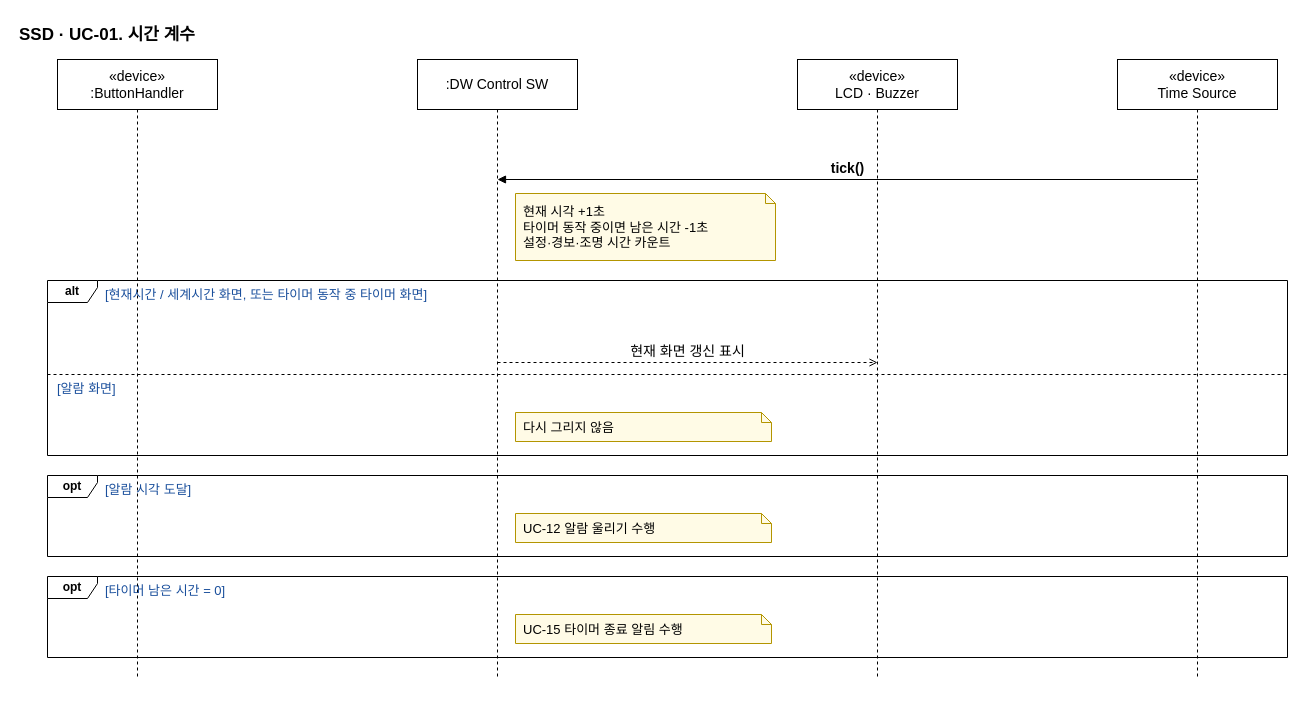
The draw.io diagram page "UC-01" (1 of 12) of docs/OOAD/practice/ssd/DigitalWatch_SSD.drawio in sspring2048/AssoArch, before the edit. Source tidied: cells renumbered, new cells numbered last; positions are measured from the earlier drawing's top-left corner, leaving out a move shared by most shapes. Both pictures are drawn from the tidied source at 100%, with x=0, y=0 at pixel (17, 17).
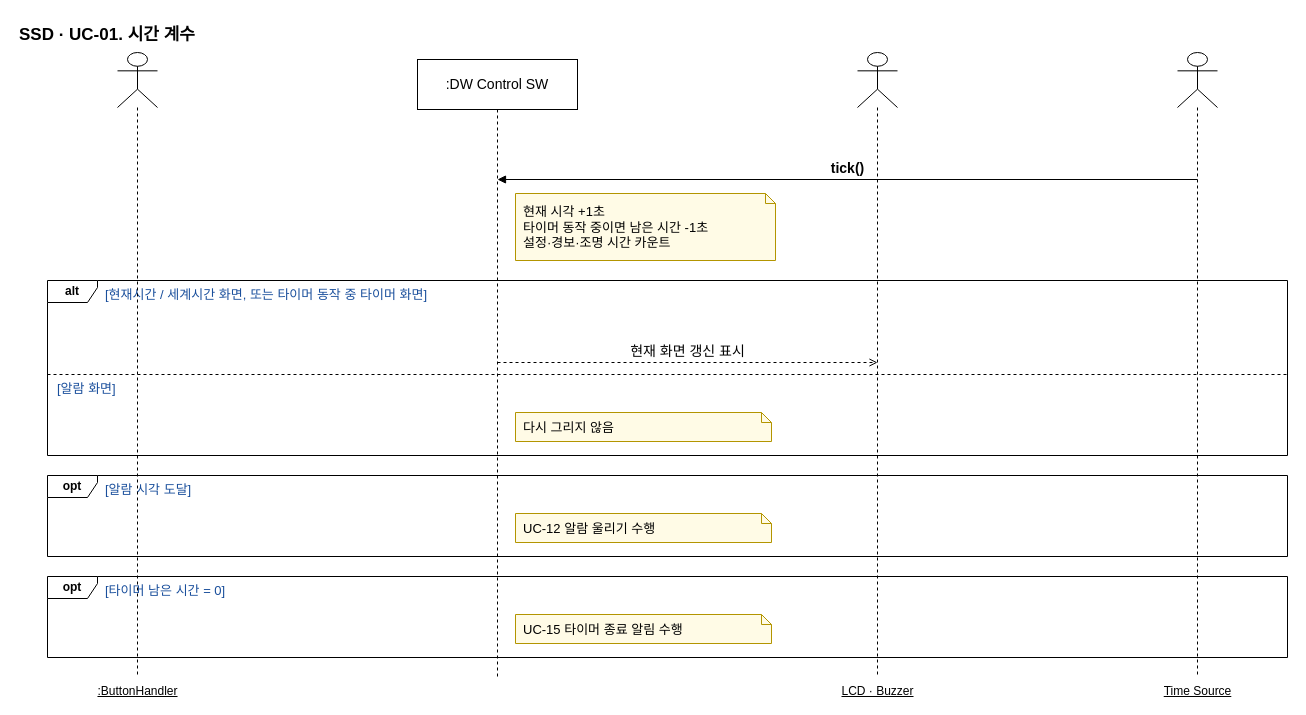
The same diagram, later.

What changed in the source:
```diff
@@
-    <mxCell id="11" value="«device»&lt;br&gt;:ButtonHandler" style="shape=umlLifeline;perimeter=lifelinePerimeter;whiteSpace=wrap;html=1;size=50;fontSize=14;" parent="1" vertex="1">
-      <mxGeometry x="40" y="42" width="160" height="618" as="geometry" />
+    <mxCell id="11" value=":ButtonHandler" style="shape=umlLifeline;participant=umlActor;perimeter=lifelinePerimeter;html=1;size=55;verticalLabelPosition=bottom;verticalAlign=top;fontStyle=4;" parent="1" vertex="1">
+      <mxGeometry x="100" y="35" width="40" height="625" as="geometry" />
     </mxCell>
@@
-    <mxCell id="13" value="«device»&lt;br&gt;LCD · Buzzer" style="shape=umlLifeline;perimeter=lifelinePerimeter;whiteSpace=wrap;html=1;size=50;fontSize=14;" parent="1" vertex="1">
-      <mxGeometry x="780" y="42" width="160" height="618" as="geometry" />
+    <mxCell id="13" value="LCD · Buzzer" style="shape=umlLifeline;participant=umlActor;perimeter=lifelinePerimeter;html=1;size=55;verticalLabelPosition=bottom;verticalAlign=top;fontStyle=4;" parent="1" vertex="1">
+      <mxGeometry x="840" y="35" width="40" height="625" as="geometry" />
     </mxCell>
-    <mxCell id="14" value="«device»&lt;br&gt;Time Source" style="shape=umlLifeline;perimeter=lifelinePerimeter;whiteSpace=wrap;html=1;size=50;fontSize=14;" parent="1" vertex="1">
-      <mxGeometry x="1100" y="42" width="160" height="618" as="geometry" />
+    <mxCell id="14" value="Time Source" style="shape=umlLifeline;participant=umlActor;perimeter=lifelinePerimeter;html=1;size=55;verticalLabelPosition=bottom;verticalAlign=top;fontStyle=4;" parent="1" vertex="1">
+      <mxGeometry x="1160" y="35" width="40" height="625" as="geometry" />
     </mxCell>
```
